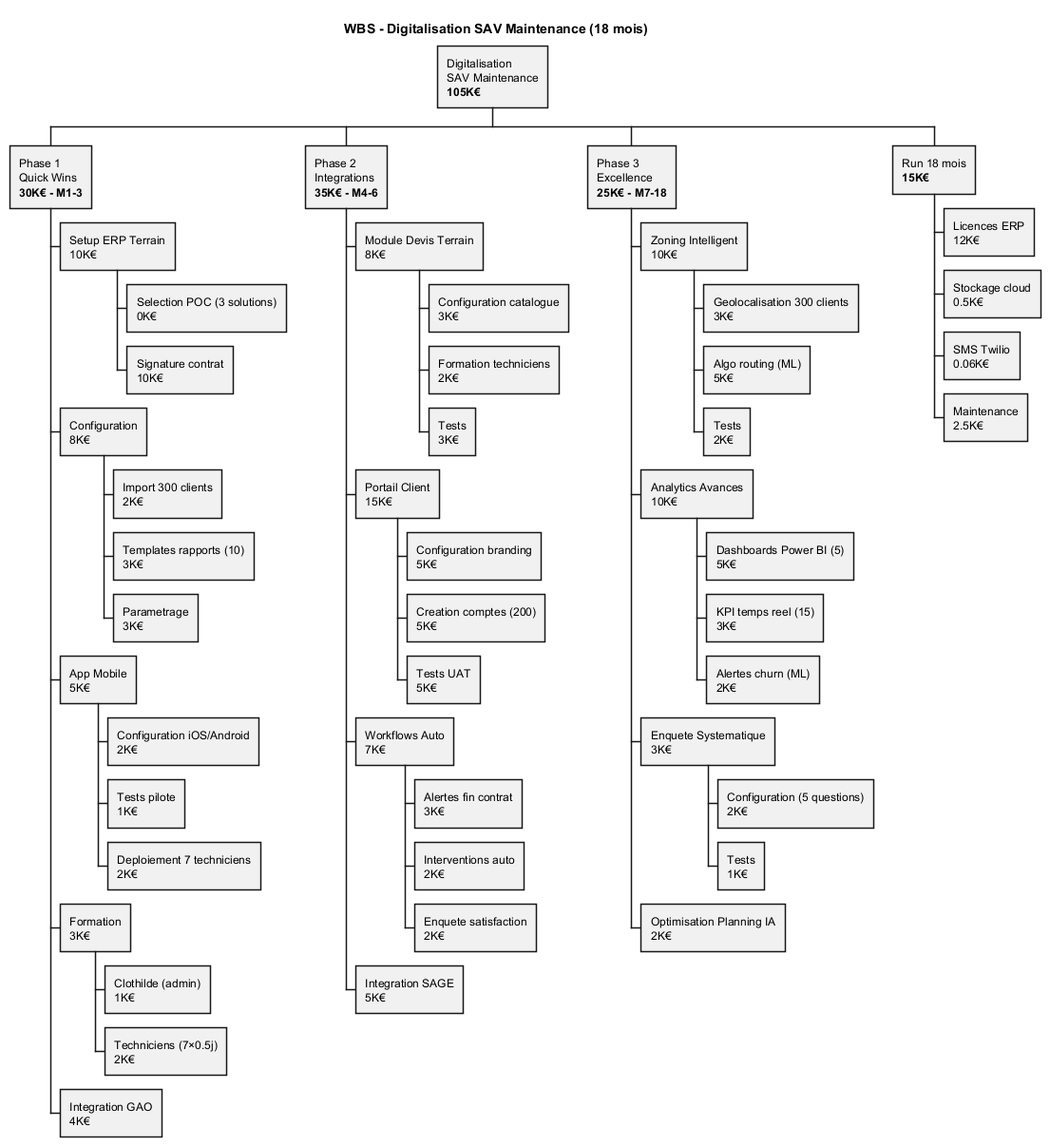
Above: Services/Maintenance-Technique/uml/png/WBS_Digitalisation_SAV.png in JordanSerafini/Audit_Duret (PlantUML), before the change.
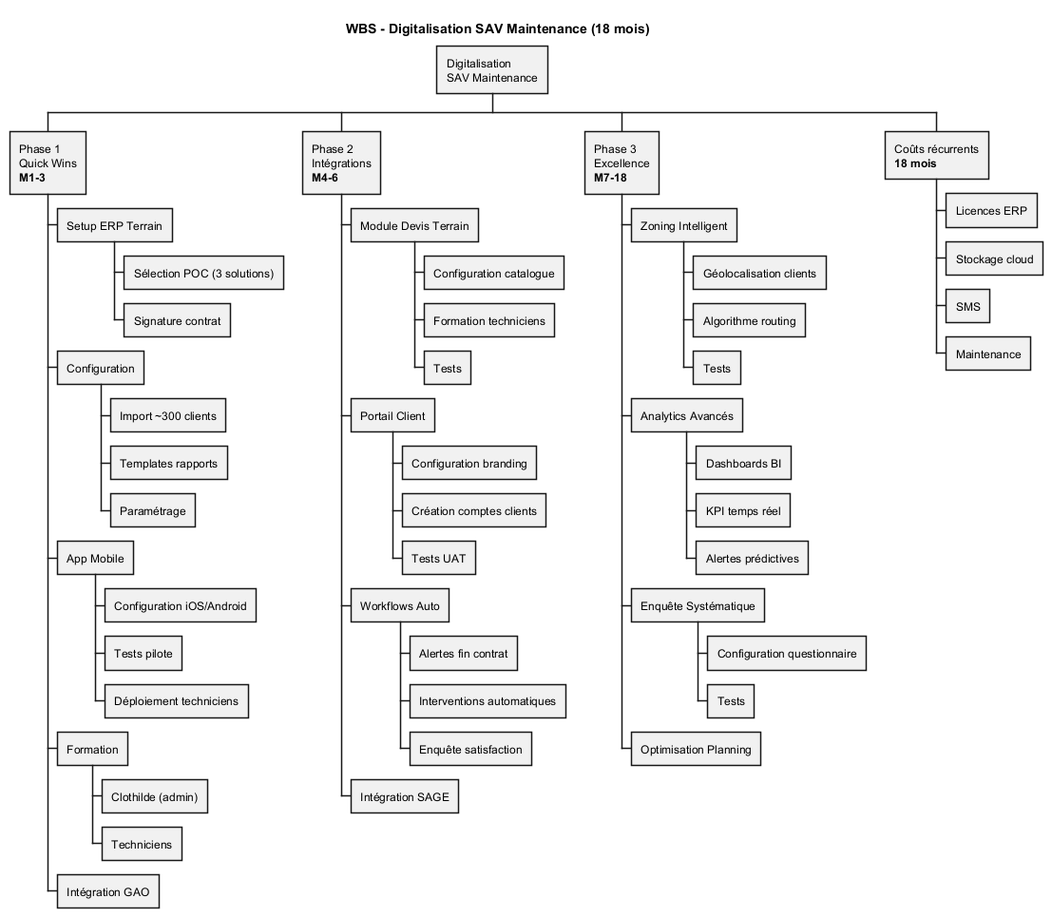
Above is the later version.

What changed in the source:
```diff
@@ -2,57 +2,57 @@
 
 title WBS - Digitalisation SAV Maintenance (18 mois)
 
-* Digitalisation\nSAV Maintenance\n**105K€**
-** Phase 1\nQuick Wins\n**30K€ - M1-3**
-*** Setup ERP Terrain\n10K€
-**** Selection POC (3 solutions)\n0K€
-**** Signature contrat\n10K€
-*** Configuration\n8K€
-**** Import 300 clients\n2K€
-**** Templates rapports (10)\n3K€
-**** Parametrage\n3K€
-*** App Mobile\n5K€
-**** Configuration iOS/Android\n2K€
-**** Tests pilote\n1K€
-**** Deploiement 7 techniciens\n2K€
-*** Formation\n3K€
-**** Clothilde (admin)\n1K€
-**** Techniciens (7×0.5j)\n2K€
-*** Integration GAO\n4K€
+* Digitalisation\nSAV Maintenance
+** Phase 1\nQuick Wins\n**M1-3**
+*** Setup ERP Terrain
+**** Sélection POC (3 solutions)
+**** Signature contrat
+*** Configuration
+**** Import ~300 clients
+**** Templates rapports
+**** Paramétrage
+*** App Mobile
+**** Configuration iOS/Android
+**** Tests pilote
+**** Déploiement techniciens
+*** Formation
+**** Clothilde (admin)
+**** Techniciens
+*** Intégration GAO
 
-** Phase 2\nIntegrations\n**35K€ - M4-6**
-*** Module Devis Terrain\n8K€
-**** Configuration catalogue\n3K€
-**** Formation techniciens\n2K€
-**** Tests\n3K€
-*** Portail Client\n15K€
-**** Configuration branding\n5K€
-**** Creation comptes (200)\n5K€
-**** Tests UAT\n5K€
-*** Workflows Auto\n7K€
-**** Alertes fin contrat\n3K€
-**** Interventions auto\n2K€
-**** Enquete satisfaction\n2K€
-*** Integration SAGE\n5K€
+** Phase 2\nIntégrations\n**M4-6**
+*** Module Devis Terrain
+**** Configuration catalogue
+**** Formation techniciens
+**** Tests
+*** Portail Client
+**** Configuration branding
+**** Création comptes clients
+**** Tests UAT
+*** Workflows Auto
+**** Alertes fin contrat
+**** Interventions automatiques
+**** Enquête satisfaction
+*** Intégration SAGE
 
-** Phase 3\nExcellence\n**25K€ - M7-18**
-*** Zoning Intelligent\n10K€
-**** Geolocalisation 300 clients\n3K€
-**** Algo routing (ML)\n5K€
-**** Tests\n2K€
-*** Analytics Avances\n10K€
-**** Dashboards Power BI (5)\n5K€
-**** KPI temps reel (15)\n3K€
-**** Alertes churn (ML)\n2K€
-*** Enquete Systematique\n3K€
-**** Configuration (5 questions)\n2K€
-**** Tests\n1K€
-*** Optimisation Planning IA\n2K€
+** Phase 3\nExcellence\n**M7-18**
+*** Zoning Intelligent
+**** Géolocalisation clients
+**** Algorithme routing
+**** Tests
+*** Analytics Avancés
+**** Dashboards BI
+**** KPI temps réel
+**** Alertes prédictives
+*** Enquête Systématique
+**** Configuration questionnaire
+**** Tests
+*** Optimisation Planning
 
-** Run 18 mois\n**15K€**
-*** Licences ERP\n12K€
-*** Stockage cloud\n0.5K€
-*** SMS Twilio\n0.06K€
-*** Maintenance\n2.5K€
+** Coûts récurrents\n**18 mois**
+*** Licences ERP
+*** Stockage cloud
+*** SMS
+*** Maintenance
 
 @endwbs
```
